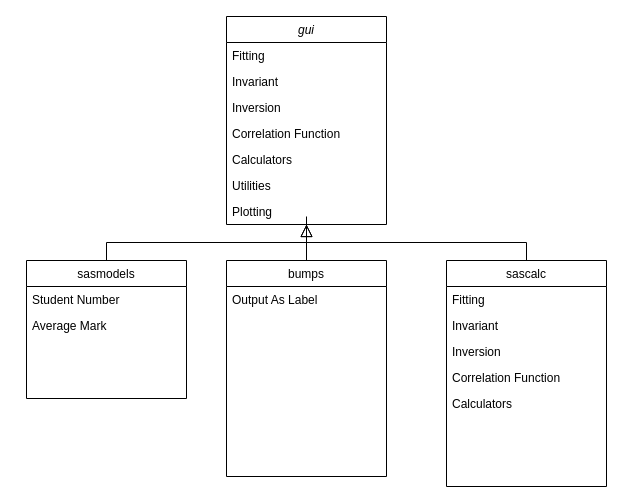
The draw.io diagram Untitled Diagram.drawio in wpotrzebowski/GHactions, before the edit. Source tidied: cells renumbered, new cells numbered last; positions are measured from the earlier drawing's top-left corner, leaving out a move shared by most shapes. Both pictures are drawn from the tidied source at 100%, with x=0, y=0 at pixel (26, 16).
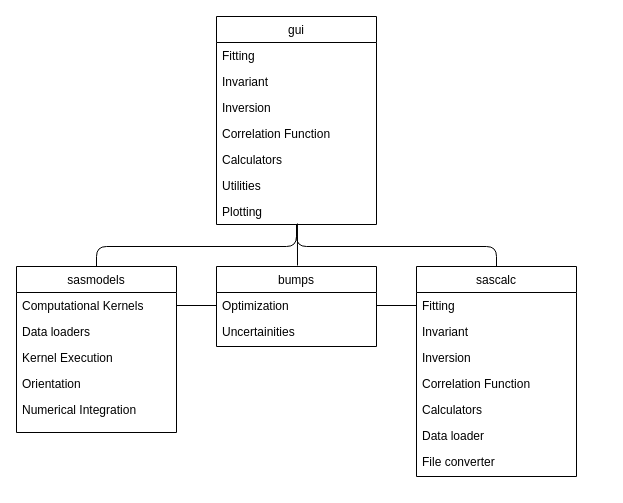
Above is the later version.

Unchanged cells that the change refers to:
```xml
<mxCell id="11" value="Plotting" style="text;align=left;verticalAlign=top;spacingLeft=4;spacingRight=4;overflow=hidden;points=[[0,0.5],[1,0.5]];portConstraint=eastwest;rounded=0;shadow=0;html=0;" parent="4" vertex="1">
  <mxGeometry y="182" width="160" height="26" as="geometry" />
</mxCell>
<mxCell id="13" value="Fitting &#10;&#10;" style="text;align=left;verticalAlign=top;spacingLeft=4;spacingRight=4;overflow=hidden;points=[[0,0.5],[1,0.5]];portConstraint=eastwest;" parent="12" vertex="1">
  <mxGeometry y="26" width="160" height="26" as="geometry" />
</mxCell>
```

Change to the diagram source:
```diff
@@
-    <mxCell id="2" style="endArrow=block;endSize=10;endFill=0;shadow=0;strokeWidth=1;rounded=0;edgeStyle=elbowEdgeStyle;elbow=vertical;" parent="1" edge="1" source="18" target="4">
-      <mxGeometry relative="1" as="geometry" />
-    </mxCell>
-    <mxCell id="3" style="endArrow=block;endSize=10;endFill=0;shadow=0;strokeWidth=1;rounded=0;edgeStyle=elbowEdgeStyle;elbow=vertical;" parent="1" edge="1" source="12" target="4">
-      <mxGeometry relative="1" as="geometry" />
-    </mxCell>
-    <mxCell id="4" value="gui" style="swimlane;fontStyle=2;align=center;verticalAlign=top;horizontal=1;startSize=26;rounded=0;shadow=0;strokeWidth=1;" parent="1" vertex="1">
-      <mxGeometry x="200" width="160" height="208" as="geometry" />
+    <mxCell id="4" value="gui" style="swimlane;fontStyle=0;align=center;verticalAlign=top;horizontal=1;startSize=26;rounded=0;shadow=0;strokeWidth=1;" parent="1" vertex="1">
+      <mxGeometry x="190" width="160" height="208" as="geometry" />
     </mxCell>
@@
+    <mxCell id="18" value="sasmodels" style="swimlane;fontStyle=0;align=center;verticalAlign=top;horizontal=1;startSize=26;rounded=0;shadow=0;strokeWidth=1;" parent="1" vertex="1">
+      <mxGeometry x="-10" y="250" width="160" height="166" as="geometry" />
+    </mxCell>
+    <mxCell id="19" value="Computational Kernels" style="text;align=left;verticalAlign=top;spacingLeft=4;spacingRight=4;overflow=hidden;points=[[0,0.5],[1,0.5]];portConstraint=eastwest;" parent="18" vertex="1">
+      <mxGeometry y="26" width="160" height="26" as="geometry" />
+    </mxCell>
+    <mxCell id="20" value="Data loaders" style="text;align=left;verticalAlign=top;spacingLeft=4;spacingRight=4;overflow=hidden;rounded=0;shadow=0;html=0;" parent="18" vertex="1">
+      <mxGeometry y="52" width="160" height="26" as="geometry" />
+    </mxCell>
+    <mxCell id="24" value="Kernel Execution" style="text;align=left;verticalAlign=top;spacingLeft=4;spacingRight=4;overflow=hidden;rounded=0;shadow=0;html=0;" parent="18" vertex="1">
+      <mxGeometry y="78" width="160" height="26" as="geometry" />
+    </mxCell>
+    <mxCell id="25" value="Orientation" style="text;align=left;verticalAlign=top;spacingLeft=4;spacingRight=4;overflow=hidden;rounded=0;shadow=0;html=0;" parent="18" vertex="1">
+      <mxGeometry y="104" width="160" height="26" as="geometry" />
+    </mxCell>
+    <mxCell id="26" value="Numerical Integration" style="text;align=left;verticalAlign=top;spacingLeft=4;spacingRight=4;overflow=hidden;rounded=0;shadow=0;html=0;" parent="18" vertex="1">
+      <mxGeometry y="130" width="160" height="26" as="geometry" />
+    </mxCell>
+    <mxCell id="21" value="bumps" style="swimlane;fontStyle=0;align=center;verticalAlign=top;horizontal=1;startSize=26;rounded=0;shadow=0;strokeWidth=1;" parent="1" vertex="1">
+      <mxGeometry x="190" y="250" width="160" height="80" as="geometry" />
+    </mxCell>
+    <mxCell id="22" value="Optimization" style="text;align=left;verticalAlign=top;spacingLeft=4;spacingRight=4;overflow=hidden;points=[[0,0.5],[1,0.5]];portConstraint=eastwest;" parent="21" vertex="1">
+      <mxGeometry y="26" width="160" height="26" as="geometry" />
+    </mxCell>
+    <mxCell id="27" value="Uncertainities" style="text;align=left;verticalAlign=top;spacingLeft=4;spacingRight=4;overflow=hidden;" parent="21" vertex="1">
+      <mxGeometry y="52" width="160" height="26" as="geometry" />
+    </mxCell>
     <mxCell id="12" value="sascalc" style="swimlane;fontStyle=0;align=center;verticalAlign=top;horizontal=1;startSize=26;rounded=0;shadow=0;strokeWidth=1;" parent="1" vertex="1">
-      <mxGeometry x="420" y="244" width="160" height="226" as="geometry" />
+      <mxGeometry x="390" y="250" width="160" height="210" as="geometry" />
     </mxCell>
@@
-    <mxCell id="18" value="sasmodels" style="swimlane;fontStyle=0;align=center;verticalAlign=top;horizontal=1;startSize=26;rounded=0;shadow=0;strokeWidth=1;" parent="1" vertex="1">
-      <mxGeometry y="244" width="160" height="138" as="geometry" />
-    </mxCell>
-    <mxCell id="19" value="Student Number" style="text;align=left;verticalAlign=top;spacingLeft=4;spacingRight=4;overflow=hidden;points=[[0,0.5],[1,0.5]];portConstraint=eastwest;" parent="18" vertex="1">
-      <mxGeometry y="26" width="160" height="26" as="geometry" />
-    </mxCell>
-    <mxCell id="20" value="Average Mark" style="text;align=left;verticalAlign=top;spacingLeft=4;spacingRight=4;overflow=hidden;rounded=0;shadow=0;html=0;" parent="18" vertex="1">
-      <mxGeometry y="52" width="160" height="26" as="geometry" />
-    </mxCell>
-    <mxCell id="21" value="bumps" style="swimlane;fontStyle=0;align=center;verticalAlign=top;horizontal=1;startSize=26;rounded=0;shadow=0;strokeWidth=1;" parent="1" vertex="1">
-      <mxGeometry x="200" y="244" width="160" height="216" as="geometry" />
-    </mxCell>
-    <mxCell id="22" value="Output As Label" style="text;align=left;verticalAlign=top;spacingLeft=4;spacingRight=4;overflow=hidden;points=[[0,0.5],[1,0.5]];portConstraint=eastwest;" parent="21" vertex="1">
-      <mxGeometry y="26" width="160" height="26" as="geometry" />
-    </mxCell>
-    <mxCell id="23" style="endArrow=none;html=1;exitX=0.5;exitY=0;exitDx=0;exitDy=0;" parent="1" edge="1" source="21">
-      <mxGeometry relative="1" as="geometry">
-        <mxPoint x="280" y="200" as="targetPoint" />
-      </mxGeometry>
-    </mxCell>
+    <mxCell id="28" value="Data loader" style="text;align=left;verticalAlign=top;spacingLeft=4;spacingRight=4;overflow=hidden;rounded=0;shadow=0;html=0;" parent="12" vertex="1">
+      <mxGeometry y="156" width="160" height="26" as="geometry" />
+    </mxCell>
+    <mxCell id="29" value="File converter" style="text;align=left;verticalAlign=top;spacingLeft=4;spacingRight=4;overflow=hidden;rounded=0;shadow=0;html=0;" parent="12" vertex="1">
+      <mxGeometry y="182" width="160" height="26" as="geometry" />
+    </mxCell>
+    <mxCell id="2" style="endArrow=none;html=1;exitX=0.5;exitY=0;exitDx=0;exitDy=0;entryX=0.5;entryY=1;entryDx=0;entryDy=0;" parent="1" edge="1" source="18" target="4">
+      <mxGeometry relative="1" as="geometry">
+        <Array as="points">
+          <mxPoint x="70" y="230" />
+          <mxPoint x="270" y="230" />
+        </Array>
+      </mxGeometry>
+    </mxCell>
+    <mxCell id="30" style="endArrow=none;html=1;exitX=0.5;exitY=0;exitDx=0;exitDy=0;" parent="1" edge="1">
+      <mxGeometry relative="1" as="geometry">
+        <mxPoint x="470" y="250" as="sourcePoint" />
+        <mxPoint x="270" y="208" as="targetPoint" />
+        <Array as="points">
+          <mxPoint x="470" y="230" />
+          <mxPoint x="270" y="230" />
+        </Array>
+      </mxGeometry>
+    </mxCell>
+    <mxCell id="31" style="endArrow=none;html=1;entryX=0.506;entryY=0.962;entryDx=0;entryDy=0;entryPerimeter=0;" parent="1" edge="1" target="11">
+      <mxGeometry relative="1" as="geometry">
+        <mxPoint x="271" y="249" as="sourcePoint" />
+      </mxGeometry>
+    </mxCell>
+    <mxCell id="32" style="endArrow=none;html=1;entryX=0;entryY=0.5;entryDx=0;entryDy=0;exitX=1;exitY=0.5;exitDx=0;exitDy=0;" parent="1" edge="1" source="19" target="22">
+      <mxGeometry relative="1" as="geometry" />
+    </mxCell>
+    <mxCell id="33" style="endArrow=none;html=1;entryX=0;entryY=0.5;entryDx=0;entryDy=0;exitX=1;exitY=0.5;exitDx=0;exitDy=0;" parent="1" edge="1" source="22" target="13">
+      <mxGeometry relative="1" as="geometry" />
+    </mxCell>
```
